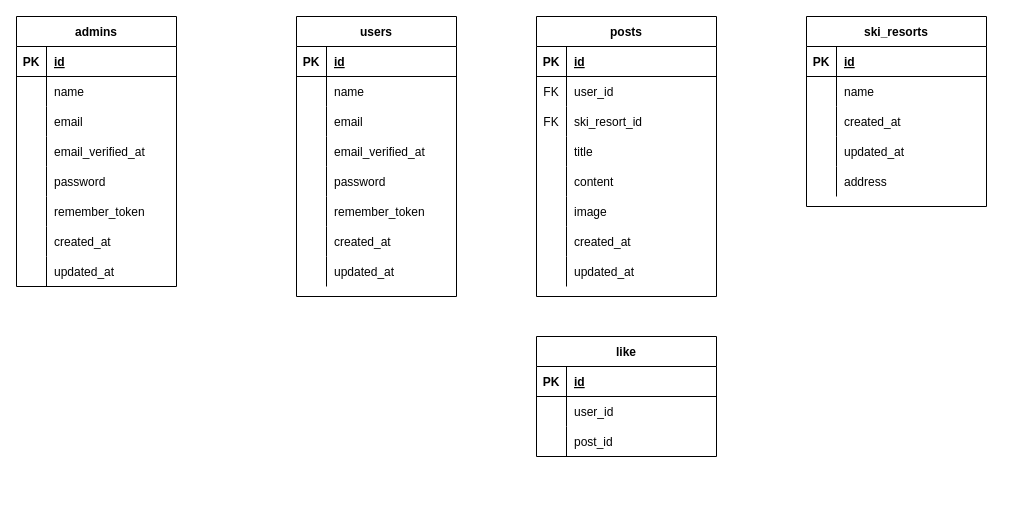
Before: yukiniwa_db.drawio in golpin/yukiniwa, a draw.io diagram. Source tidied: cells renumbered, new cells numbered last; positions are measured from the earlier drawing's top-left corner, leaving out a move shared by most shapes. Both pictures are drawn from the tidied source at 100%, with x=0, y=0 at pixel (16, 16).
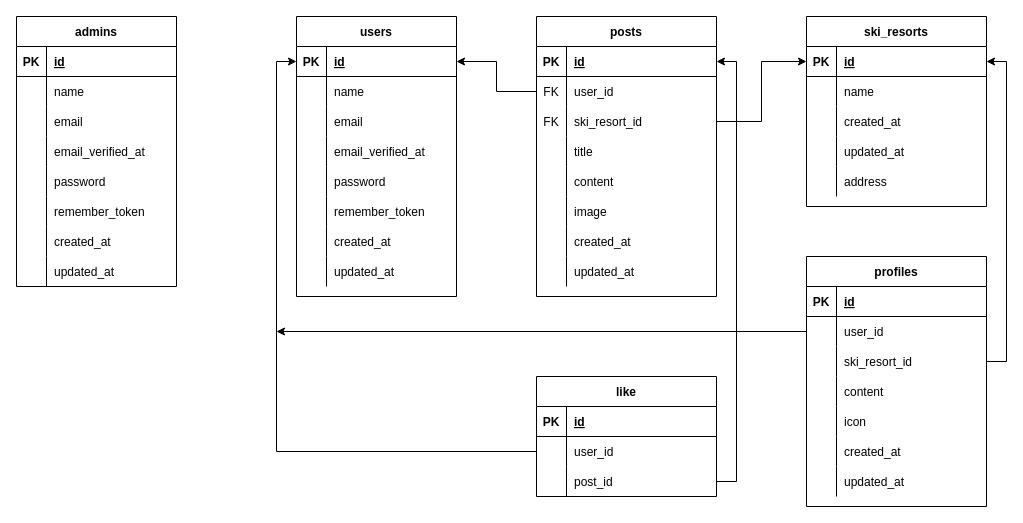
The same page after the edit.

Unchanged cells that the change refers to:
```xml
<mxCell id="3" style="shape=partialRectangle;fillColor=none;top=0;left=0;bottom=1;right=0;points=[[0,0.5],[1,0.5]];portConstraint=eastwest;" parent="2" vertex="1">
  <mxGeometry y="30" width="160" height="30" as="geometry" />
</mxCell>
<mxCell id="53" style="shape=partialRectangle;fillColor=none;top=0;left=0;bottom=1;right=0;points=[[0,0.5],[1,0.5]];portConstraint=eastwest;" parent="52" vertex="1">
  <mxGeometry y="30" width="180" height="30" as="geometry" />
</mxCell>
<mxCell id="56" style="shape=partialRectangle;fillColor=none;top=0;left=0;bottom=0;right=0;points=[[0,0.5],[1,0.5]];portConstraint=eastwest;" parent="52" vertex="1">
  <mxGeometry y="60" width="180" height="30" as="geometry" />
</mxCell>
<mxCell id="59" style="shape=partialRectangle;fillColor=none;top=0;left=0;bottom=0;right=0;points=[[0,0.5],[1,0.5]];portConstraint=eastwest;" parent="52" vertex="1">
  <mxGeometry y="90" width="180" height="30" as="geometry" />
</mxCell>
<mxCell id="78" style="shape=partialRectangle;fillColor=none;top=0;left=0;bottom=1;right=0;points=[[0,0.5],[1,0.5]];portConstraint=eastwest;" parent="77" vertex="1">
  <mxGeometry y="30" width="180" height="30" as="geometry" />
</mxCell>
<mxCell id="97" style="shape=partialRectangle;fillColor=none;top=0;left=0;bottom=0;right=0;points=[[0,0.5],[1,0.5]];portConstraint=eastwest;" parent="93" vertex="1">
  <mxGeometry y="60" width="180" height="30" as="geometry" />
</mxCell>
<mxCell id="100" style="shape=partialRectangle;fillColor=none;top=0;left=0;bottom=0;right=0;points=[[0,0.5],[1,0.5]];portConstraint=eastwest;" parent="93" vertex="1">
  <mxGeometry y="90" width="180" height="30" as="geometry" />
</mxCell>
```

The edit, as a diff of the source:
```diff
@@
     <mxCell id="93" value="like" style="shape=table;startSize=30;childLayout=tableLayout;rowLines=0;fontStyle=1;align=center;" parent="1" vertex="1">
-      <mxGeometry x="520" y="320" width="180" height="120" as="geometry" />
+      <mxGeometry x="520" y="360" width="180" height="120" as="geometry" />
     </mxCell>
@@
+    <mxCell id="103" value="profiles" style="shape=table;startSize=30;childLayout=tableLayout;rowLines=0;fontStyle=1;align=center;" parent="1" vertex="1">
+      <mxGeometry x="790" y="240" width="180" height="250" as="geometry" />
+    </mxCell>
+    <mxCell id="104" style="shape=partialRectangle;fillColor=none;top=0;left=0;bottom=1;right=0;" parent="103" vertex="1">
+      <mxGeometry y="30" width="180" height="30" as="geometry" />
+    </mxCell>
+    <mxCell id="105" value="PK" style="shape=partialRectangle;fillColor=none;top=0;left=0;bottom=0;right=0;fontStyle=1;overflow=hidden;" parent="104" vertex="1">
+      <mxGeometry width="30" height="30" as="geometry" />
+    </mxCell>
+    <mxCell id="106" value="id" style="shape=partialRectangle;fillColor=none;top=0;left=0;bottom=0;right=0;align=left;spacingLeft=6;fontStyle=5;overflow=hidden;" parent="104" vertex="1">
+      <mxGeometry x="30" width="150" height="30" as="geometry" />
+    </mxCell>
+    <mxCell id="107" style="shape=partialRectangle;fillColor=none;top=0;left=0;bottom=0;right=0;points=[[0,0.5],[1,0.5]];portConstraint=eastwest;" parent="103" vertex="1">
+      <mxGeometry y="60" width="180" height="30" as="geometry" />
+    </mxCell>
+    <mxCell id="108" style="shape=partialRectangle;fillColor=none;top=0;left=0;bottom=0;right=0;overflow=hidden;" parent="107" vertex="1">
+      <mxGeometry width="30" height="30" as="geometry" />
+    </mxCell>
+    <mxCell id="109" value="user_id" style="shape=partialRectangle;fillColor=none;top=0;left=0;bottom=0;right=0;align=left;spacingLeft=6;overflow=hidden;" parent="107" vertex="1">
+      <mxGeometry x="30" width="150" height="30" as="geometry" />
+    </mxCell>
+    <mxCell id="110" style="shape=partialRectangle;fillColor=none;top=0;left=0;bottom=0;right=0;points=[[0,0.5],[1,0.5]];portConstraint=eastwest;" parent="103" vertex="1">
+      <mxGeometry y="90" width="180" height="30" as="geometry" />
+    </mxCell>
+    <mxCell id="111" style="shape=partialRectangle;fillColor=none;top=0;left=0;bottom=0;right=0;overflow=hidden;" parent="110" vertex="1">
+      <mxGeometry width="30" height="30" as="geometry" />
+    </mxCell>
+    <mxCell id="112" value="ski_resort_id" style="shape=partialRectangle;fillColor=none;top=0;left=0;bottom=0;right=0;align=left;spacingLeft=6;overflow=hidden;" parent="110" vertex="1">
+      <mxGeometry x="30" width="150" height="30" as="geometry" />
+    </mxCell>
+    <mxCell id="113" style="shape=partialRectangle;fillColor=none;top=0;left=0;bottom=0;right=0;" parent="103" vertex="1">
+      <mxGeometry y="120" width="180" height="30" as="geometry" />
+    </mxCell>
+    <mxCell id="114" style="shape=partialRectangle;fillColor=none;top=0;left=0;bottom=0;right=0;overflow=hidden;" parent="113" vertex="1">
+      <mxGeometry width="30" height="30" as="geometry" />
+    </mxCell>
+    <mxCell id="115" value="content" style="shape=partialRectangle;fillColor=none;top=0;left=0;bottom=0;right=0;align=left;spacingLeft=6;overflow=hidden;" parent="113" vertex="1">
+      <mxGeometry x="30" width="150" height="30" as="geometry" />
+    </mxCell>
+    <mxCell id="116" style="shape=partialRectangle;fillColor=none;top=0;left=0;bottom=0;right=0;" parent="103" vertex="1">
+      <mxGeometry y="150" width="180" height="30" as="geometry" />
+    </mxCell>
+    <mxCell id="117" style="shape=partialRectangle;fillColor=none;top=0;left=0;bottom=0;right=0;overflow=hidden;" parent="116" vertex="1">
+      <mxGeometry width="30" height="30" as="geometry" />
+    </mxCell>
+    <mxCell id="118" value="icon" style="shape=partialRectangle;fillColor=none;top=0;left=0;bottom=0;right=0;align=left;spacingLeft=6;overflow=hidden;" parent="116" vertex="1">
+      <mxGeometry x="30" width="150" height="30" as="geometry" />
+    </mxCell>
+    <mxCell id="119" style="shape=partialRectangle;fillColor=none;top=0;left=0;bottom=0;right=0;" parent="103" vertex="1">
+      <mxGeometry y="180" width="180" height="30" as="geometry" />
+    </mxCell>
+    <mxCell id="120" style="shape=partialRectangle;fillColor=none;top=0;left=0;bottom=0;right=0;overflow=hidden;" parent="119" vertex="1">
+      <mxGeometry width="30" height="30" as="geometry" />
+    </mxCell>
+    <mxCell id="121" value="created_at" style="shape=partialRectangle;fillColor=none;top=0;left=0;bottom=0;right=0;align=left;spacingLeft=6;overflow=hidden;" parent="119" vertex="1">
+      <mxGeometry x="30" width="150" height="30" as="geometry" />
+    </mxCell>
+    <mxCell id="122" style="shape=partialRectangle;fillColor=none;top=0;left=0;bottom=0;right=0;" parent="103" vertex="1">
+      <mxGeometry y="210" width="180" height="30" as="geometry" />
+    </mxCell>
+    <mxCell id="123" style="shape=partialRectangle;fillColor=none;top=0;left=0;bottom=0;right=0;overflow=hidden;" parent="122" vertex="1">
+      <mxGeometry width="30" height="30" as="geometry" />
+    </mxCell>
+    <mxCell id="124" value="updated_at" style="shape=partialRectangle;fillColor=none;top=0;left=0;bottom=0;right=0;align=left;spacingLeft=6;overflow=hidden;" parent="122" vertex="1">
+      <mxGeometry x="30" width="150" height="30" as="geometry" />
+    </mxCell>
+    <mxCell id="125" style="edgeStyle=orthogonalEdgeStyle;rounded=0;jettySize=auto;html=1;exitX=1;exitY=0.5;exitDx=0;exitDy=0;" parent="1" edge="1" source="59" target="78">
+      <mxGeometry relative="1" as="geometry" />
+    </mxCell>
+    <mxCell id="126" style="edgeStyle=orthogonalEdgeStyle;rounded=0;jettySize=auto;html=1;exitX=0;exitY=0.5;exitDx=0;exitDy=0;entryX=1;entryY=0.5;entryDx=0;entryDy=0;" parent="1" edge="1" source="56" target="3">
+      <mxGeometry relative="1" as="geometry" />
+    </mxCell>
+    <mxCell id="127" style="edgeStyle=orthogonalEdgeStyle;rounded=0;jettySize=auto;html=1;exitX=0;exitY=0.5;exitDx=0;exitDy=0;" parent="1" edge="1" source="107">
+      <mxGeometry relative="1" as="geometry">
+        <mxPoint x="260" y="315" as="targetPoint" />
+      </mxGeometry>
+    </mxCell>
+    <mxCell id="128" style="edgeStyle=orthogonalEdgeStyle;rounded=0;jettySize=auto;html=1;exitX=1;exitY=0.5;exitDx=0;exitDy=0;" parent="1" edge="1" source="110" target="78">
+      <mxGeometry relative="1" as="geometry" />
+    </mxCell>
+    <mxCell id="129" style="edgeStyle=orthogonalEdgeStyle;rounded=0;jettySize=auto;html=1;exitX=0;exitY=0.5;exitDx=0;exitDy=0;entryX=0;entryY=0.5;entryDx=0;entryDy=0;" parent="1" edge="1" source="97" target="3">
+      <mxGeometry relative="1" as="geometry" />
+    </mxCell>
+    <mxCell id="130" style="edgeStyle=orthogonalEdgeStyle;rounded=0;jettySize=auto;html=1;exitX=1;exitY=0.5;exitDx=0;exitDy=0;" parent="1" edge="1" source="100" target="53">
+      <mxGeometry relative="1" as="geometry" />
+    </mxCell>
```
